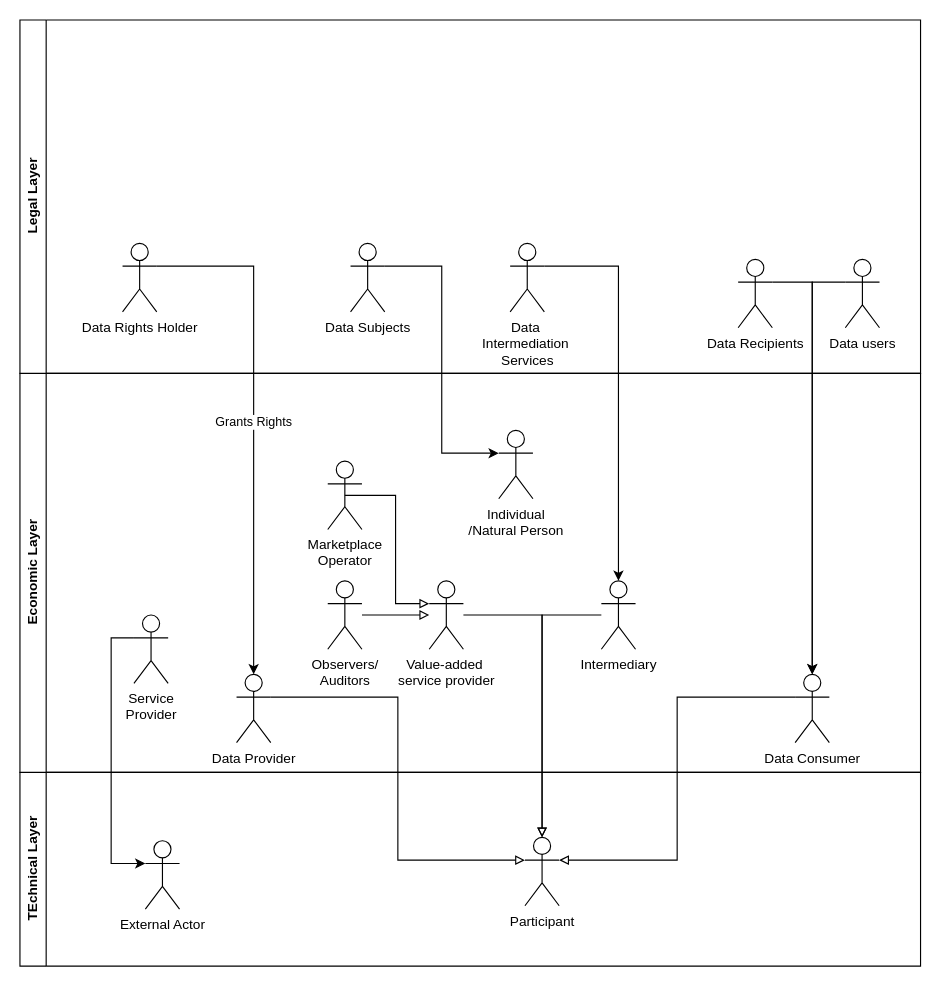
This is media/Role Overview Rulebook.drawio from International-Data-Spaces-Association/IDSA-Rulebook, a draw.io file, before an edit. Source tidied: cells renumbered, new cells numbered last; positions are measured from the earlier drawing's top-left corner, leaving out a move shared by most shapes. Both pictures are drawn from the tidied source at 114%, with x=0, y=0 at pixel (19, 19).
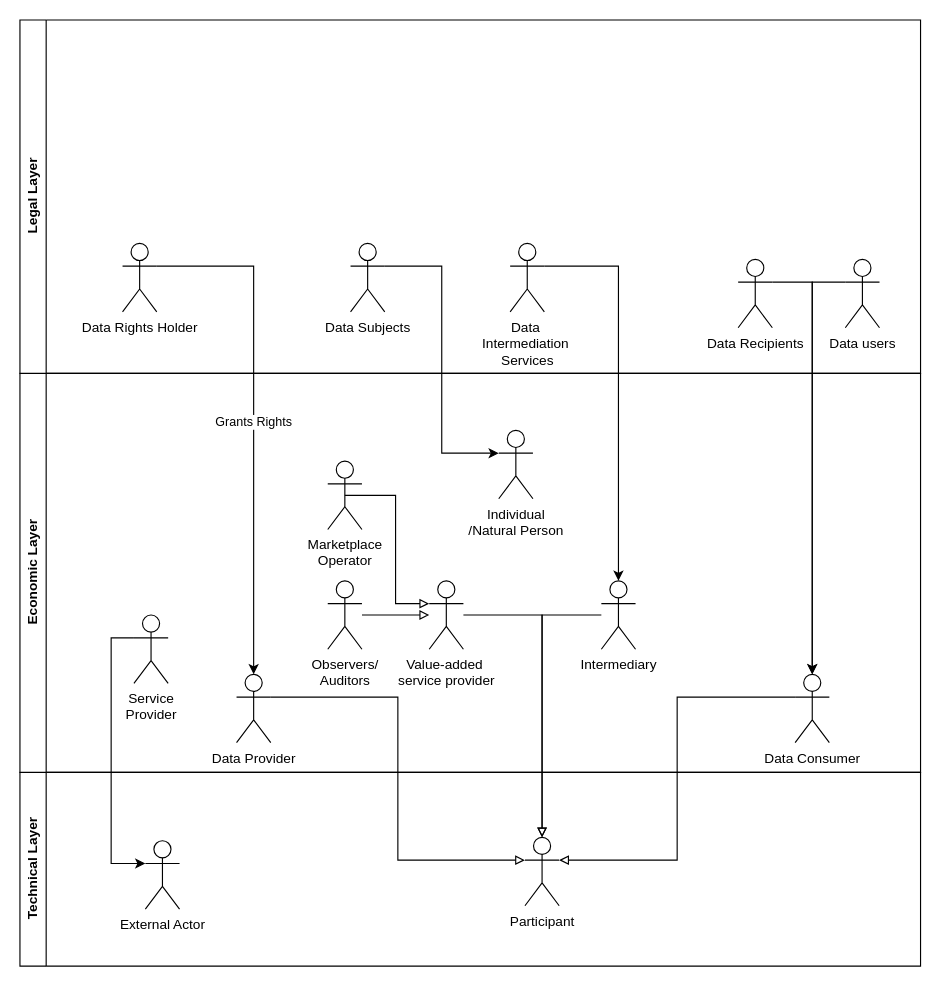
After the change.

Commit message:
Fix typo in "Technical Layer" label in Role Overview diagram

The edit, as a diff of the source:
```diff
@@
-    <mxCell id="6" value="TEchnical Layer" style="swimlane;horizontal=0;whiteSpace=wrap;html=1;" parent="1" vertex="1">
+    <mxCell id="6" value="Technical Layer" style="swimlane;horizontal=0;whiteSpace=wrap;html=1;" parent="1" vertex="1">
       <mxGeometry y="660" width="790" height="170" as="geometry" />
     </mxCell>
```
